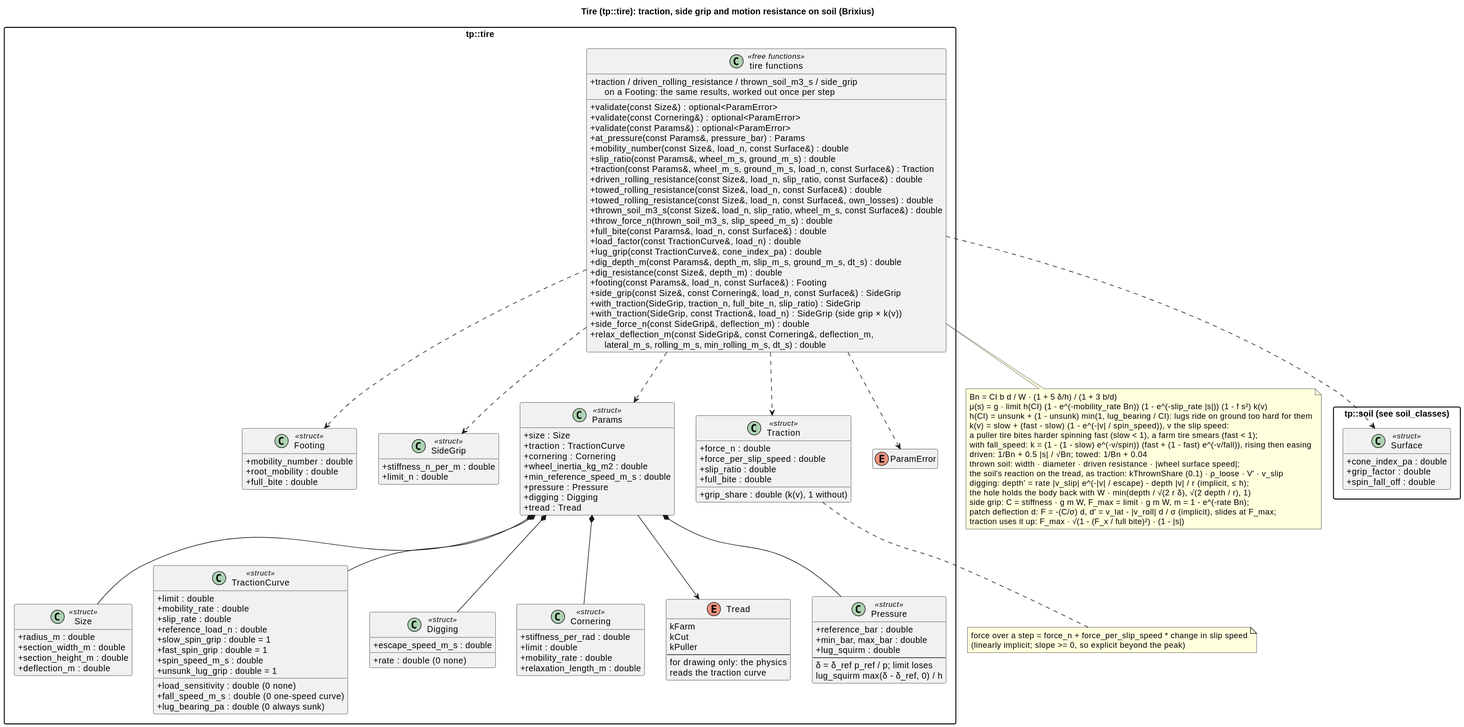
Before: docs/diagrams/svg/tire_classes.svg, a diagram exported from PlantUML (wversteeg/TractorPulling).
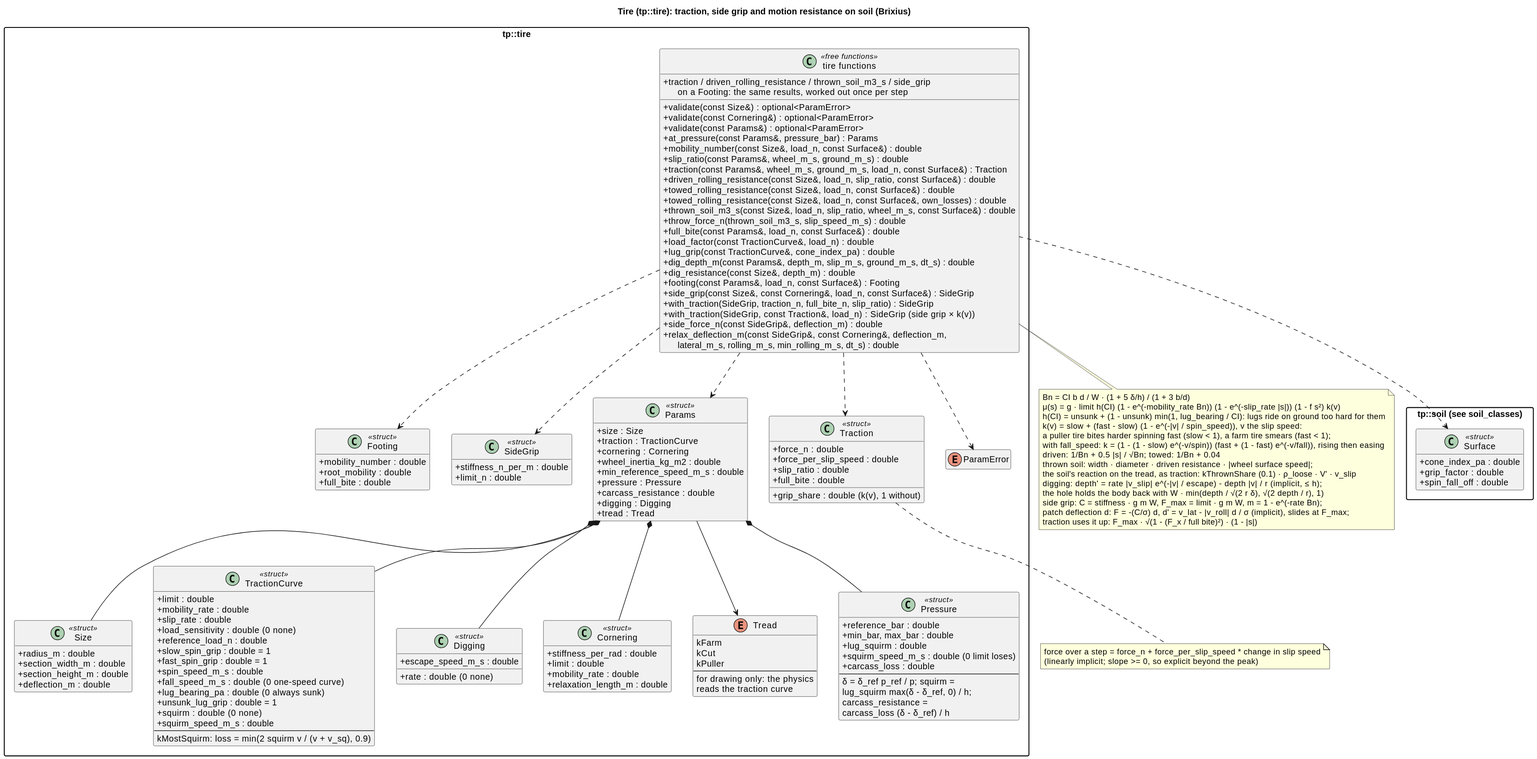
The same file after the commit.

What changed in the source:
```diff
@@ -31,6 +31,10 @@
     +fall_speed_m_s : double (0 one-speed curve)
     +lug_bearing_pa : double (0 always sunk)
     +unsunk_lug_grip : double = 1
+    +squirm : double (0 none)
+    +squirm_speed_m_s : double
+    --
+    kMostSquirm: loss = min(2 squirm v / (v + v_sq), 0.9)
   }
   class Digging <<struct>> {
     +rate : double (0 none)
@@ -58,6 +62,7 @@
     +wheel_inertia_kg_m2 : double
     +min_reference_speed_m_s : double
     +pressure : Pressure
+    +carcass_resistance : double
     +digging : Digging
     +tread : Tread
   }
@@ -73,9 +78,13 @@
     +reference_bar : double
     +min_bar, max_bar : double
     +lug_squirm : double
+    +squirm_speed_m_s : double (0 limit loses)
+    +carcass_loss : double
     --
-    δ = δ_ref p_ref / p; limit loses
-    lug_squirm max(δ - δ_ref, 0) / h
+    δ = δ_ref p_ref / p; squirm =
+    lug_squirm max(δ - δ_ref, 0) / h;
+    carcass_resistance =
+    carcass_loss (δ - δ_ref) / h
   }
   class Traction <<struct>> {
     +force_n : double
```
